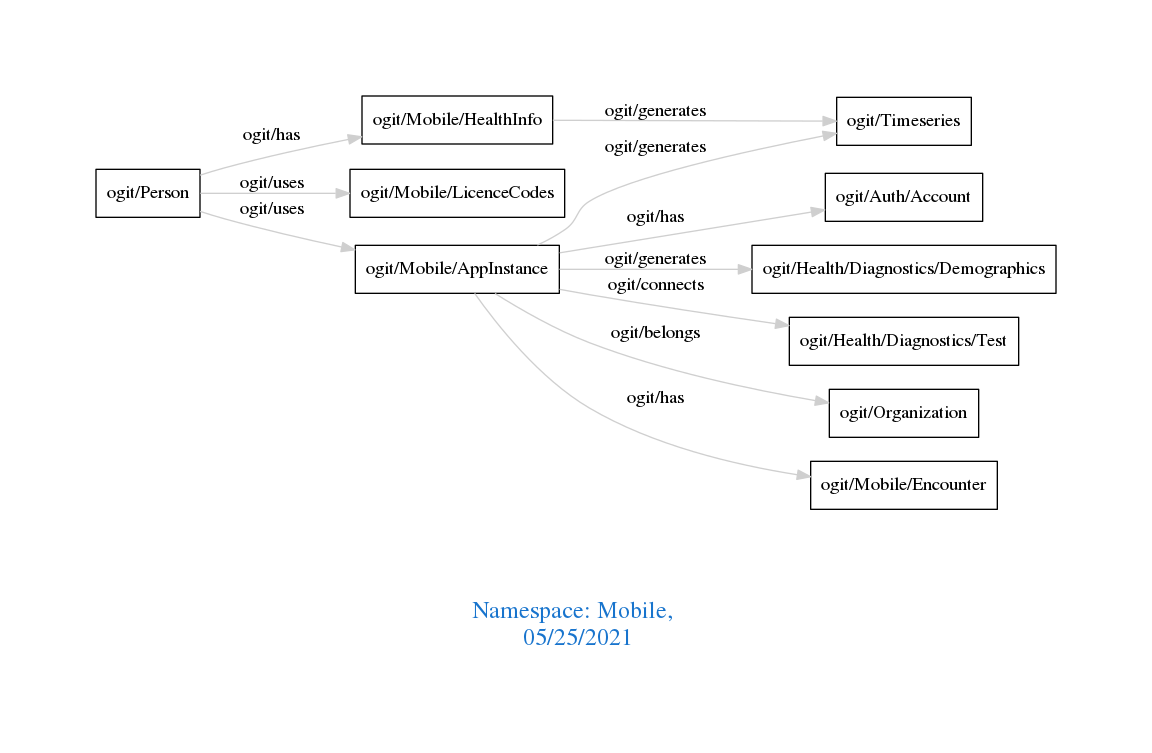
arago/OGIT keeps this Graphviz diagram as downloads/Mobile.png. Above is the earlier version. Its source is kept beside it as downloads/Mobile.dot.
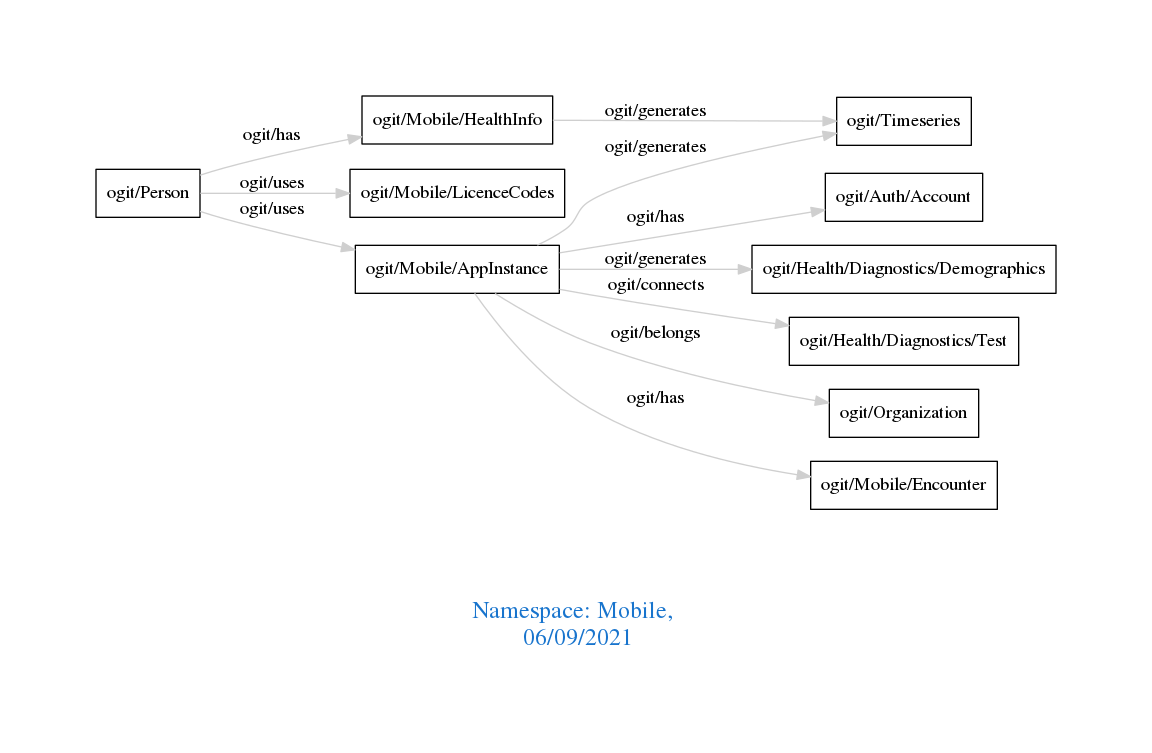
Later version of the same file.

The edit, as a diff of the source:
```diff
@@ -1,7 +1,7 @@
 digraph OGIT_ontology {
  graph [ rankdir= LR,pad=1
 fontsize = 18,
-fontcolor= dodgerblue3,label = "\n\n\nNamespace: Mobile, \n 05/25/2021"];
+fontcolor= dodgerblue3,label = "\n\n\nNamespace: Mobile, \n 06/09/2021"];
 node[shape=polygon];
 edge [  color="gray81"];
 
```
